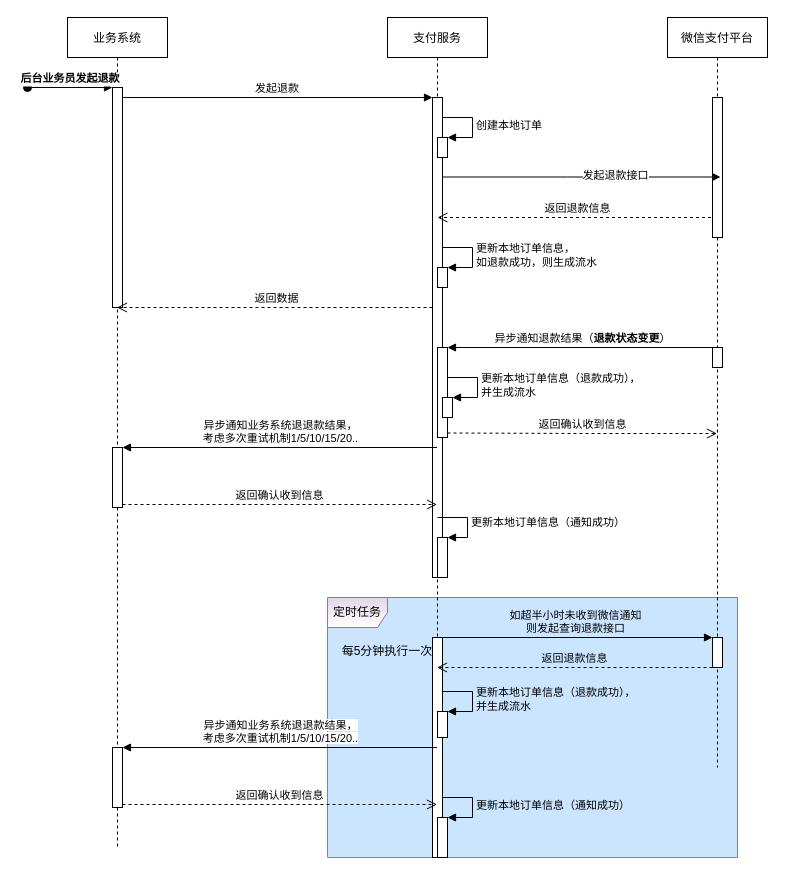
The draw.io diagram page "退款流程" (4 of 4) of 基础服务-交易.drawio in juesuchen/diagrams, before the edit. Source tidied: cells renumbered, new cells numbered last; positions are measured from the earlier drawing's top-left corner, leaving out a move shared by most shapes. Both pictures are drawn from the tidied source at 100%, with x=0, y=0 at pixel (27, 17).
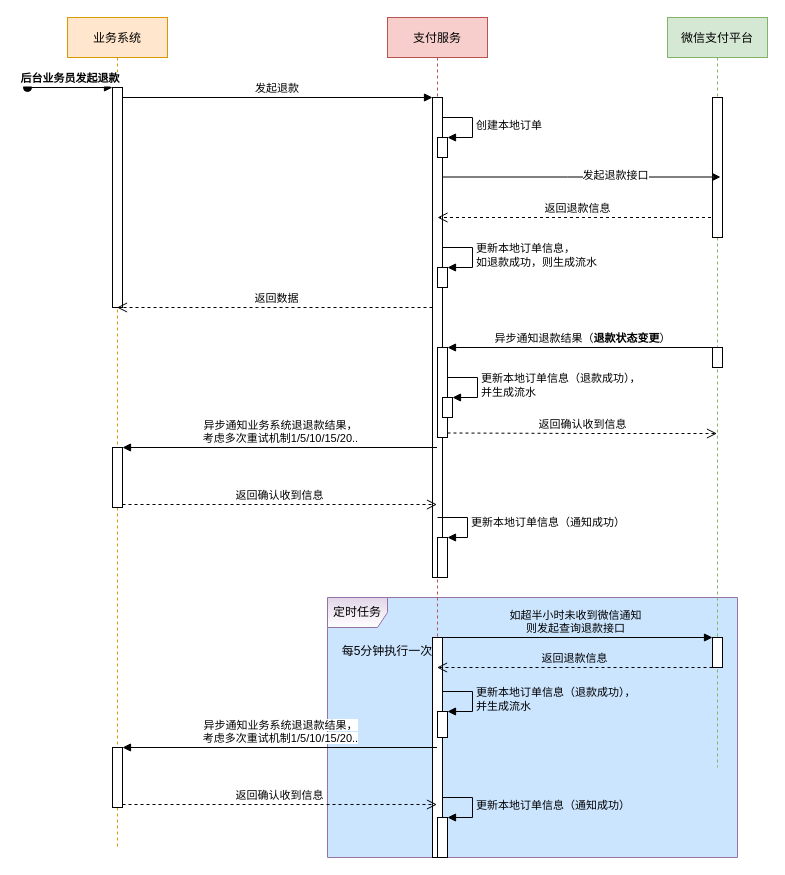
Above is the later version.

What changed in the source:
```diff
@@
-    <mxCell id="3" value="业务系统" style="shape=umlLifeline;perimeter=lifelinePerimeter;rounded=0;shadow=0;strokeWidth=1;" parent="1" vertex="1">
+    <mxCell id="3" value="业务系统" style="shape=umlLifeline;perimeter=lifelinePerimeter;rounded=0;shadow=0;strokeWidth=1;fillColor=#ffe6cc;strokeColor=#d79b00;" parent="1" vertex="1">
       <mxGeometry x="40" width="100" height="830" as="geometry" />
     </mxCell>
@@
-    <mxCell id="8" value="支付服务" style="shape=umlLifeline;perimeter=lifelinePerimeter;rounded=0;shadow=0;strokeWidth=1;" parent="1" vertex="1">
+    <mxCell id="8" value="支付服务" style="shape=umlLifeline;perimeter=lifelinePerimeter;rounded=0;shadow=0;strokeWidth=1;fillColor=#f8cecc;strokeColor=#b85450;" parent="1" vertex="1">
       <mxGeometry x="360" width="100" height="840" as="geometry" />
     </mxCell>
@@
-    <mxCell id="26" value="微信支付平台" style="shape=umlLifeline;perimeter=lifelinePerimeter;rounded=0;shadow=0;strokeWidth=1;" parent="1" vertex="1">
+    <mxCell id="26" value="微信支付平台" style="shape=umlLifeline;perimeter=lifelinePerimeter;rounded=0;shadow=0;strokeWidth=1;fillColor=#d5e8d4;strokeColor=#82b366;" parent="1" vertex="1">
       <mxGeometry x="640" width="100" height="750" as="geometry" />
     </mxCell>
```
